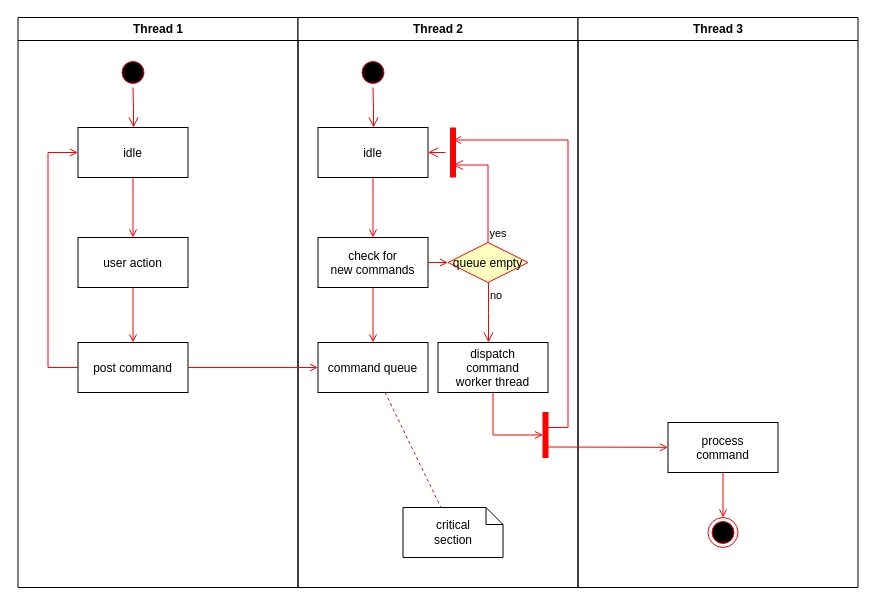
The draw.io diagram Untitled Diagram.drawio in XYIAN/numConverter_groupH, before the edit. Source tidied: cells renumbered, new cells numbered last; positions are measured from the earlier drawing's top-left corner, leaving out a move shared by most shapes. Both pictures are drawn from the tidied source at 100%, with x=0, y=0 at pixel (17, 17).
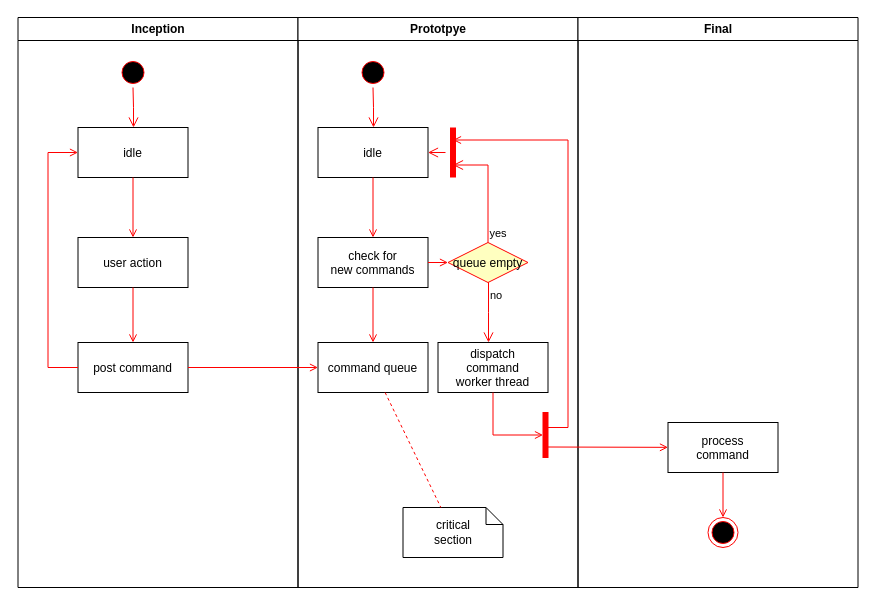
The same diagram, later.

Change to the diagram source:
```diff
@@
-    <mxCell id="2" value="Thread 1" style="swimlane;whiteSpace=wrap;" parent="1" vertex="1">
+    <mxCell id="2" value="Inception" style="swimlane;whiteSpace=wrap;" parent="1" vertex="1">
       <mxGeometry x="0.5" width="280" height="570" as="geometry" />
     </mxCell>
@@
-    <mxCell id="11" value="Thread 2" style="swimlane;whiteSpace=wrap;" parent="1" vertex="1">
+    <mxCell id="11" value="Prototpye" style="swimlane;whiteSpace=wrap;startSize=23;" parent="1" vertex="1">
       <mxGeometry x="280.5" width="280" height="570" as="geometry" />
     </mxCell>
@@
-    <mxCell id="30" value="Thread 3" style="swimlane;whiteSpace=wrap;" parent="1" vertex="1">
+    <mxCell id="30" value="Final" style="swimlane;whiteSpace=wrap;startSize=23;" parent="1" vertex="1">
       <mxGeometry x="560.5" width="280" height="570" as="geometry" />
     </mxCell>
```
